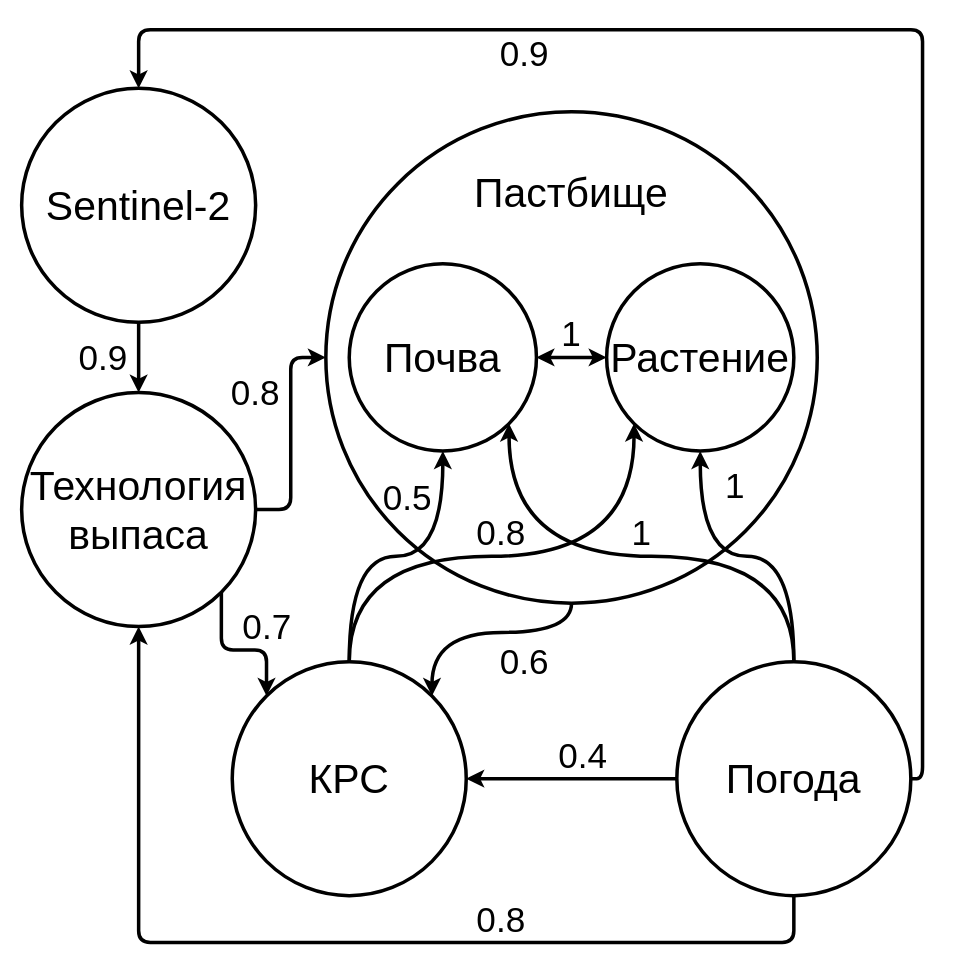
Before: diagrams/Grazing System Graph Diagram.drawio in Yerlan999/CowsGPSTracker-KazATU, a draw.io diagram. Source tidied: cells renumbered, new cells numbered last; positions are measured from the earlier drawing's top-left corner, leaving out a move shared by most shapes. Both pictures are drawn from the tidied source at 117%, with x=0, y=0 at pixel (21, 29).
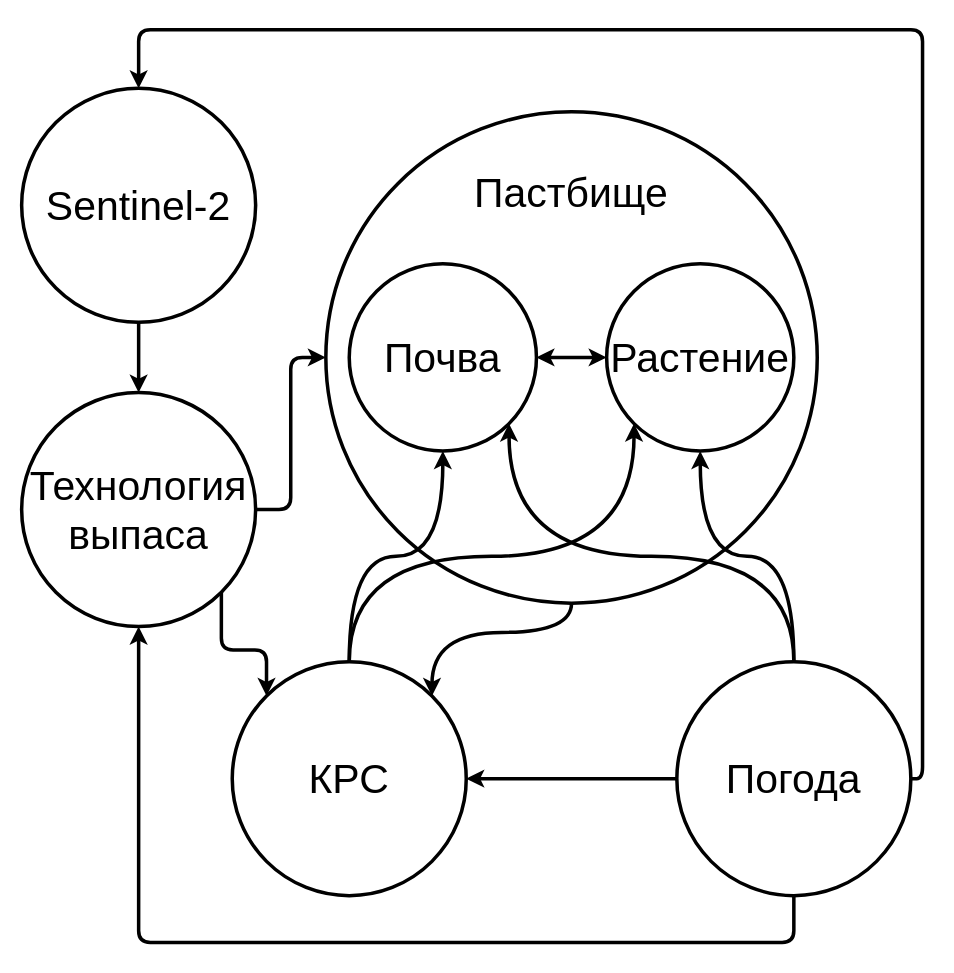
The same page after the edit.

What changed in the source:
```diff
@@
-    <mxCell id="21" value="&lt;span style=&quot;font-size: 30px&quot;&gt;0.9&lt;/span&gt;" style="text;html=1;strokeColor=none;fillColor=none;align=center;verticalAlign=middle;whiteSpace=wrap;rounded=0;fontStyle=0;" parent="1" vertex="1">
-      <mxGeometry x="410" y="10" width="40" height="20" as="geometry" />
-    </mxCell>
-    <mxCell id="22" value="&lt;span style=&quot;font-size: 30px&quot;&gt;0.8&lt;/span&gt;" style="text;html=1;strokeColor=none;fillColor=none;align=center;verticalAlign=middle;whiteSpace=wrap;rounded=0;fontStyle=0;" parent="1" vertex="1">
-      <mxGeometry x="390" y="420" width="40" height="20" as="geometry" />
-    </mxCell>
-    <mxCell id="23" value="&lt;span style=&quot;font-size: 30px&quot;&gt;1&lt;/span&gt;" style="text;html=1;strokeColor=none;fillColor=none;align=center;verticalAlign=middle;whiteSpace=wrap;rounded=0;fontStyle=0;" parent="1" vertex="1">
-      <mxGeometry x="450" y="250" width="40" height="20" as="geometry" />
-    </mxCell>
-    <mxCell id="24" value="&lt;span style=&quot;font-size: 30px&quot;&gt;0.5&lt;/span&gt;" style="text;html=1;strokeColor=none;fillColor=none;align=center;verticalAlign=middle;whiteSpace=wrap;rounded=0;fontStyle=0;" parent="1" vertex="1">
-      <mxGeometry x="310" y="390" width="40" height="20" as="geometry" />
-    </mxCell>
-    <mxCell id="25" value="&lt;span style=&quot;font-size: 30px&quot;&gt;1&lt;/span&gt;" style="text;html=1;strokeColor=none;fillColor=none;align=center;verticalAlign=middle;whiteSpace=wrap;rounded=0;fontStyle=0;" parent="1" vertex="1">
-      <mxGeometry x="590" y="380" width="40" height="20" as="geometry" />
-    </mxCell>
-    <mxCell id="26" value="&lt;span style=&quot;font-size: 30px&quot;&gt;1&lt;/span&gt;" style="text;html=1;strokeColor=none;fillColor=none;align=center;verticalAlign=middle;whiteSpace=wrap;rounded=0;fontStyle=0;" parent="1" vertex="1">
-      <mxGeometry x="510" y="420" width="40" height="20" as="geometry" />
-    </mxCell>
-    <mxCell id="27" value="&lt;span style=&quot;font-size: 30px&quot;&gt;0.8&lt;/span&gt;" style="text;html=1;strokeColor=none;fillColor=none;align=center;verticalAlign=middle;whiteSpace=wrap;rounded=0;fontStyle=0;" parent="1" vertex="1">
-      <mxGeometry x="180" y="300" width="40" height="20" as="geometry" />
-    </mxCell>
-    <mxCell id="28" value="&lt;span style=&quot;font-size: 30px&quot;&gt;0.4&lt;/span&gt;" style="text;html=1;strokeColor=none;fillColor=none;align=center;verticalAlign=middle;whiteSpace=wrap;rounded=0;fontStyle=0;" parent="1" vertex="1">
-      <mxGeometry x="460" y="610" width="40" height="20" as="geometry" />
-    </mxCell>
-    <mxCell id="29" value="&lt;span style=&quot;font-size: 30px&quot;&gt;0.9&lt;/span&gt;" style="text;html=1;strokeColor=none;fillColor=none;align=center;verticalAlign=middle;whiteSpace=wrap;rounded=0;fontStyle=0;" parent="1" vertex="1">
-      <mxGeometry x="50" y="270" width="40" height="20" as="geometry" />
-    </mxCell>
-    <mxCell id="30" value="&lt;span style=&quot;font-size: 30px&quot;&gt;0.8&lt;/span&gt;" style="text;html=1;strokeColor=none;fillColor=none;align=center;verticalAlign=middle;whiteSpace=wrap;rounded=0;fontStyle=0;" parent="1" vertex="1">
-      <mxGeometry x="390" y="751" width="40" height="20" as="geometry" />
-    </mxCell>
-    <mxCell id="31" value="&lt;span style=&quot;font-size: 30px&quot;&gt;0.6&lt;/span&gt;" style="text;html=1;strokeColor=none;fillColor=none;align=center;verticalAlign=middle;whiteSpace=wrap;rounded=0;fontStyle=0;" parent="1" vertex="1">
-      <mxGeometry x="410" y="530" width="40" height="20" as="geometry" />
-    </mxCell>
-    <mxCell id="32" value="&lt;span style=&quot;font-size: 30px&quot;&gt;0.7&lt;/span&gt;" style="text;html=1;strokeColor=none;fillColor=none;align=center;verticalAlign=middle;whiteSpace=wrap;rounded=0;fontStyle=0;" parent="1" vertex="1">
-      <mxGeometry x="190" y="500" width="40" height="20" as="geometry" />
-    </mxCell>
```
